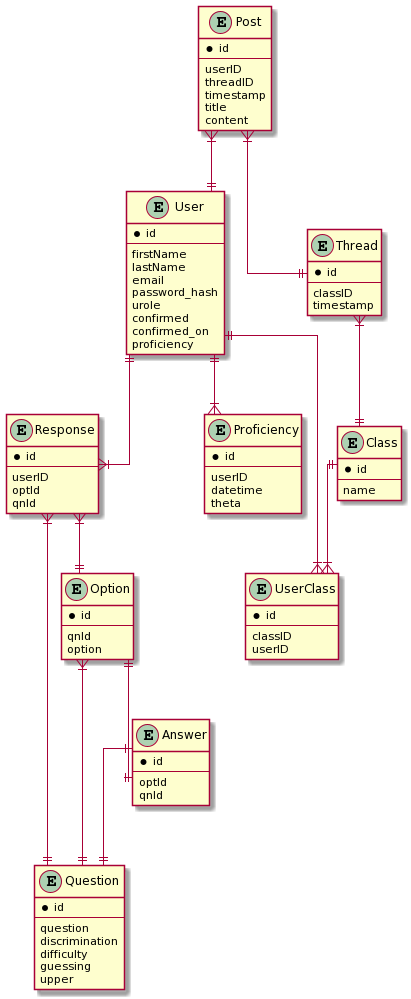
Earlier version of the PlantUML export docs/diagrams/Database.png (Orbital-Knewbie/Knewbie).
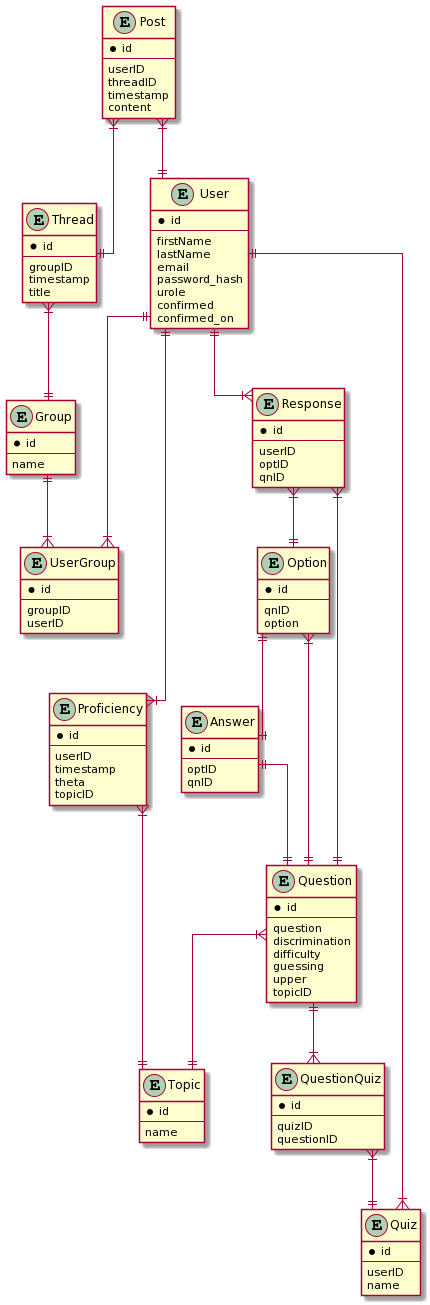
Later version of the same file.

Commit message:
Update Database Design, Quiz to include Topics

Change to the diagram source:
```diff
@@ -11,15 +11,14 @@
 urole
 confirmed
 confirmed_on
-proficiency
 }
 
 entity Response {
 *id
 --
 userID
-optId
-qnId
+optID
+qnID
 }
 
 entity Question {
@@ -30,27 +29,29 @@
 difficulty
 guessing
 upper
+topicID
 }
 
 entity Option {
 *id
 --
-qnId
+qnID
 option
 }
 
 entity Answer {
 *id
 --
-optId
-qnId
+optID
+qnID
 }
 
 entity Thread {
 *id
 --
-classID
+groupID
 timestamp
+title
 }
 
 entity Post {
@@ -59,20 +60,19 @@
 userID
 threadID
 timestamp
-title
 content
 }
 
-entity Class {
+entity Group {
 *id
 --
 name
 }
 
-entity UserClass {
+entity UserGroup {
 *id
 --
-classID
+groupID
 userID
 }
 
@@ -80,8 +80,30 @@
 *id
 --
 userID
-datetime
+timestamp
 theta
+topicID
+}
+
+entity Quiz {
+*id
+--
+userID
+name
+}
+
+
+entity QuestionQuiz {
+*id
+--
+quizID
+questionID
+}
+
+entity Topic {
+*id
+--
+name
 }
 
 User ||--|{ Response
@@ -93,10 +115,16 @@
 Option ||--|| Answer
 
 
-User ||--|{ UserClass
-Class ||--|{ UserClass
-Thread }|--|| Class
+User ||--|{ UserGroup
+Group ||--|{ UserGroup
+Thread }|--|| Group
 Post }|--|| Thread
 Post }|--|| User
 User ||--|{ Proficiency
+
+Quiz }|--|| User
+Question ||--|{ QuestionQuiz
+QuestionQuiz }|--|| Quiz
+Question }|--|| Topic
+Proficiency }|--|| Topic
 @enduml
```
